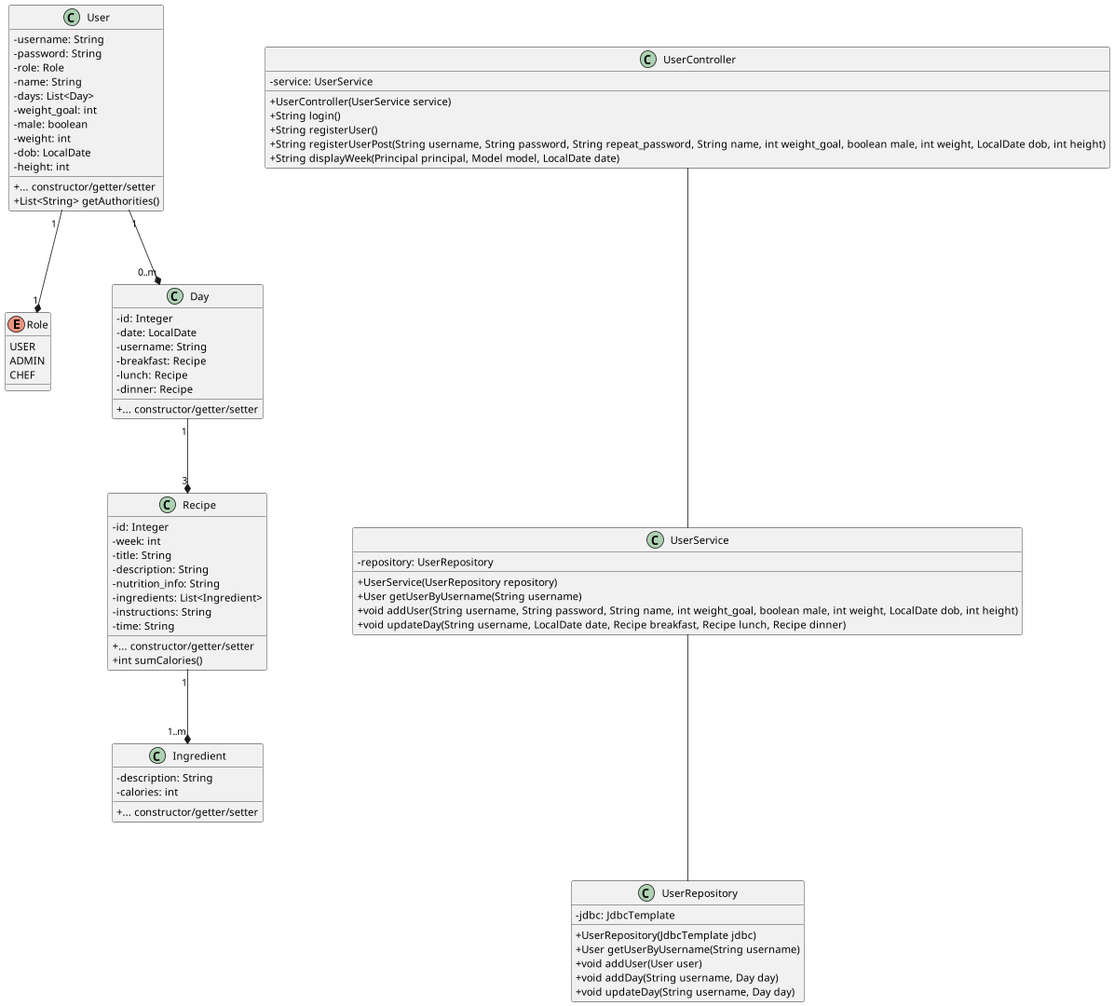
Earlier version of the PlantUML export diagram/class-diagram.png (sofush/kostplan).
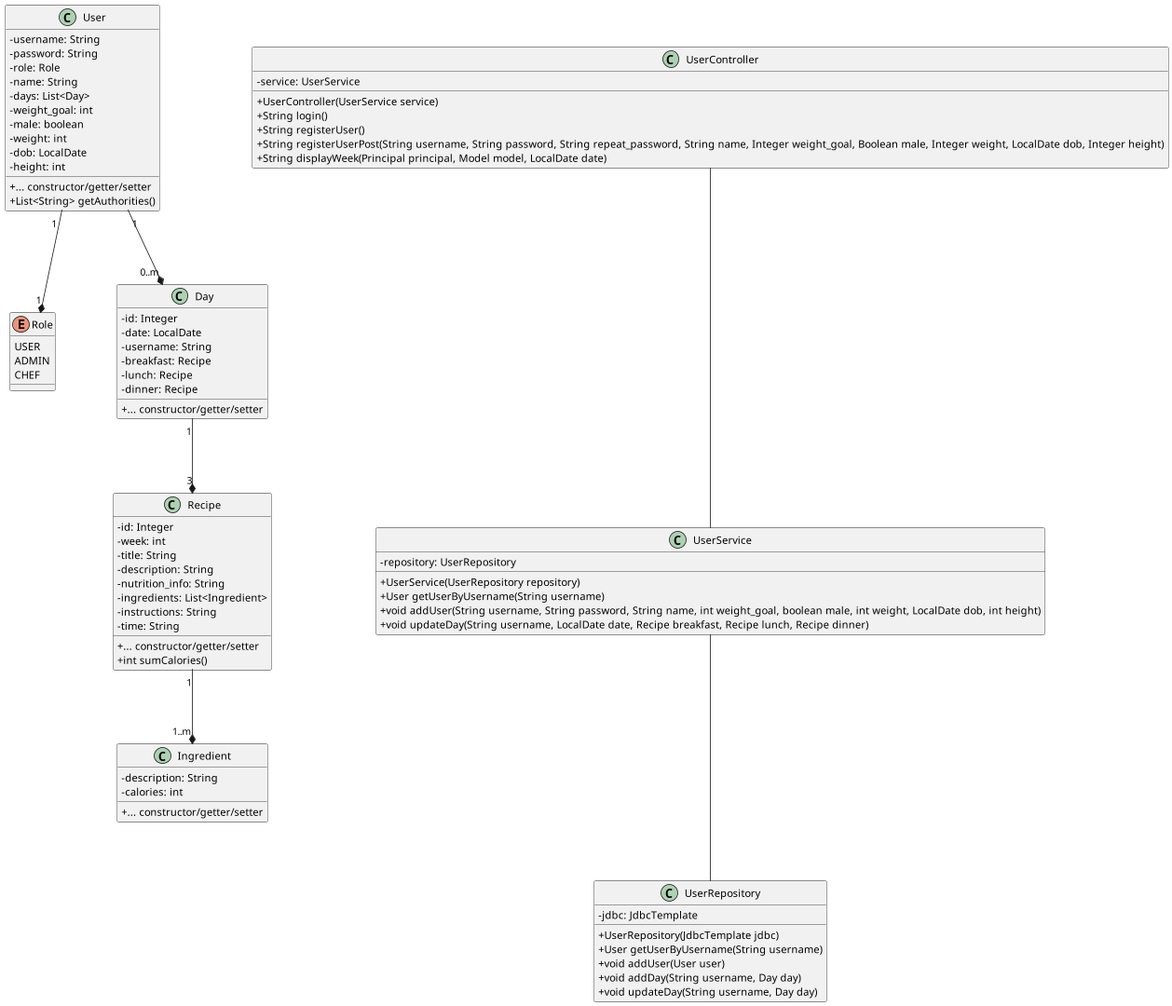
Above is the later version.

Commit message:
docs: use objects instead of their primitive counterparts for routes

Change to the diagram source:
```diff
@@ -51,7 +51,7 @@
 	+ UserController(UserService service)
 	+ String login()
 	+ String registerUser()
-	+ String registerUserPost(String username, String password, String repeat_password, String name, int weight_goal, boolean male, int weight, LocalDate dob, int height)
+	+ String registerUserPost(String username, String password, String repeat_password, String name, Integer weight_goal, Boolean male, Integer weight, LocalDate dob, Integer height)
 	+ String displayWeek(Principal principal, Model model, LocalDate date)
 }
 class UserService {
```
